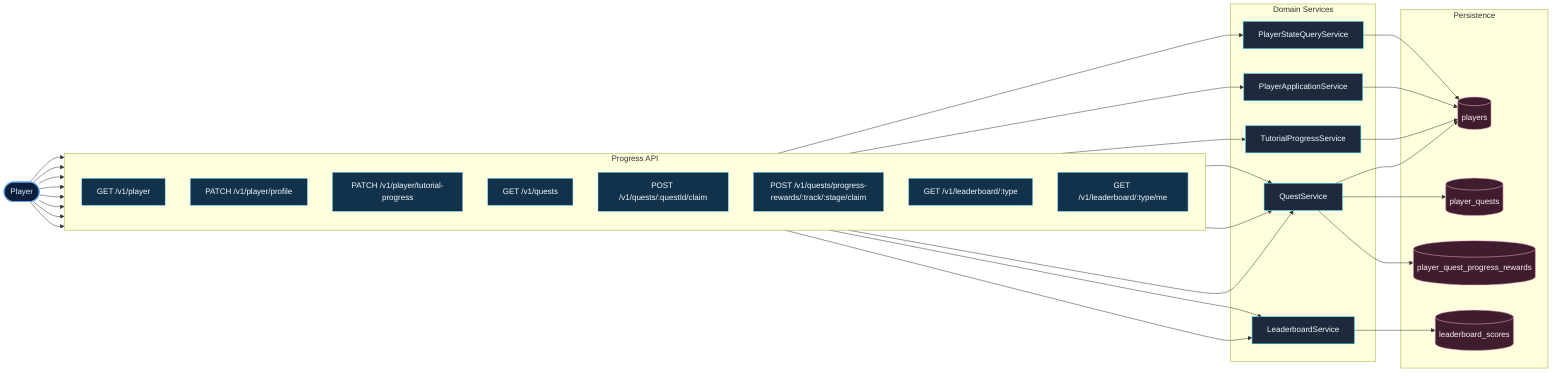
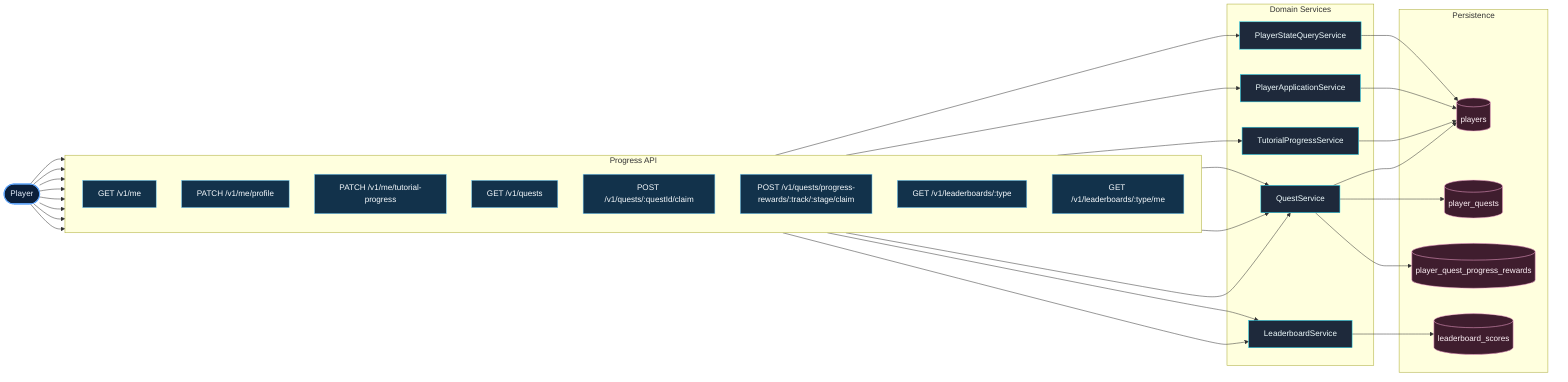
flowchart LR
  classDef actor fill:#0b1f3a,stroke:#60a5fa,stroke-width:2px,color:#e6f0ff;
  classDef endpoint fill:#12324b,stroke:#7dd3fc,stroke-width:1px,color:#f8fcff;
  classDef service fill:#1e293b,stroke:#22d3ee,stroke-width:1px,color:#f0fdff;
  classDef db fill:#3f1d2e,stroke:#f9a8d4,stroke-width:1px,color:#fff1f7;

  A([Player])

  subgraph API[Progress API]
    direction TB
-     GP[GET /v1/player]
-     UP[PATCH /v1/player/profile]
-     TP[PATCH /v1/player/tutorial-progress]
+     GP[GET /v1/me]
+     UP[PATCH /v1/me/profile]
+     TP[PATCH /v1/me/tutorial-progress]
    Q1[GET /v1/quests]
    Q2[POST /v1/quests/:questId/claim]
    Q3[POST /v1/quests/progress-rewards/:track/:stage/claim]
-     LB1[GET /v1/leaderboard/:type]
-     LB2[GET /v1/leaderboard/:type/me]
+     LB1[GET /v1/leaderboards/:type]
+     LB2[GET /v1/leaderboards/:type/me]
  end

  subgraph APP[Domain Services]
    PS[PlayerStateQueryService]
    PAS[PlayerApplicationService]
    TPS[TutorialProgressService]
    QS[QuestService]
    LS[LeaderboardService]
  end

  subgraph DATA[Persistence]
    P[(players)]
    PQ[(player_quests)]
    PQR[(player_quest_progress_rewards)]
    LBS[(leaderboard_scores)]
  end

  A --> GP --> PS --> P
  A --> UP --> PAS --> P
  A --> TP --> TPS --> P
  A --> Q1 --> QS
  A --> Q2 --> QS
  A --> Q3 --> QS
  QS --> PQ
  QS --> PQR
  QS --> P
  A --> LB1 --> LS --> LBS
  A --> LB2 --> LS

  class A actor;
  class GP,UP,TP,Q1,Q2,Q3,LB1,LB2 endpoint;
  class PS,PAS,TPS,QS,LS service;
  class P,PQ,PQR,LBS db;
